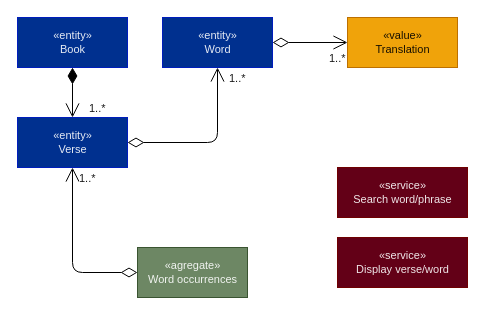
Earlier version of the draw.io diagram page "terms" (2 of 3) of docs/architecture/diagrams.drawio (vuesence/bibleistika). Source tidied: cells renumbered, new cells numbered last; positions are measured from the earlier drawing's top-left corner, leaving out a move shared by most shapes. Both pictures are drawn from the tidied source at 100%, with x=0, y=0 at pixel (17, 17).
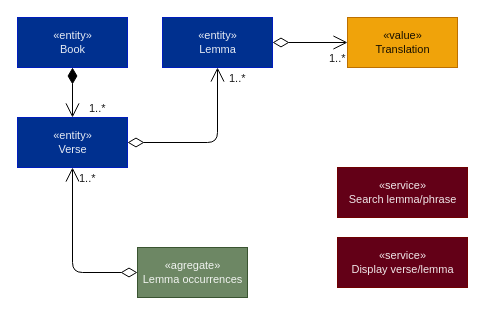
Above is the later version.

Change to the diagram source:
```diff
@@
 <mxGraphModel>
   <root>
     <mxCell id="0" />
     <mxCell id="1" parent="0" />
     <mxCell id="2" value="«entity»&lt;br style=&quot;font-size: 11px;&quot;&gt;&lt;span style=&quot;font-size: 11px;&quot;&gt;Verse&lt;/span&gt;" style="html=1;fillColor=#00308F;strokeColor=#001DBC;fontColor=#ffffff;fillStyle=auto;fontSize=11;fontStyle=0;textOpacity=90;" parent="1" vertex="1">
       <mxGeometry y="100" width="110" height="50" as="geometry" />
     </mxCell>
     <mxCell id="3" value="«entity»&lt;br style=&quot;font-size: 11px;&quot;&gt;&lt;span style=&quot;font-size: 11px;&quot;&gt;Book&lt;/span&gt;" style="html=1;fillColor=#00308F;strokeColor=#001DBC;fontColor=#ffffff;fillStyle=auto;fontSize=11;fontStyle=0;textOpacity=90;" parent="1" vertex="1">
       <mxGeometry width="110" height="50" as="geometry" />
     </mxCell>
-    <mxCell id="4" value="«entity»&lt;br style=&quot;font-size: 11px;&quot;&gt;&lt;span style=&quot;font-size: 11px;&quot;&gt;Word&lt;/span&gt;" style="html=1;fillColor=#00308F;strokeColor=#001DBC;fontColor=#ffffff;fillStyle=auto;fontSize=11;fontStyle=0;textOpacity=90;" parent="1" vertex="1">
+    <mxCell id="4" value="«entity»&lt;br style=&quot;font-size: 11px;&quot;&gt;&lt;span style=&quot;font-size: 11px;&quot;&gt;Lemma&lt;/span&gt;" style="html=1;fillColor=#00308F;strokeColor=#001DBC;fontColor=#ffffff;fillStyle=auto;fontSize=11;fontStyle=0;textOpacity=90;" parent="1" vertex="1">
       <mxGeometry x="145" width="110" height="50" as="geometry" />
     </mxCell>
-    <mxCell id="5" value="«agregate»&lt;br style=&quot;font-size: 11px;&quot;&gt;&lt;span style=&quot;font-size: 11px;&quot;&gt;Word occurrences&lt;/span&gt;" style="html=1;fillColor=#6d8764;strokeColor=#3A5431;fontColor=#ffffff;fontSize=11;fontStyle=0;textOpacity=90;" parent="1" vertex="1">
+    <mxCell id="5" value="«agregate»&lt;br style=&quot;font-size: 11px;&quot;&gt;&lt;span style=&quot;font-size: 11px;&quot;&gt;Lemma occurrences&lt;/span&gt;" style="html=1;fillColor=#6d8764;strokeColor=#3A5431;fontColor=#ffffff;fontSize=11;fontStyle=0;textOpacity=90;" parent="1" vertex="1">
       <mxGeometry x="120" y="230" width="110" height="50" as="geometry" />
     </mxCell>
     <mxCell id="6" value="«value»&lt;br style=&quot;font-size: 11px;&quot;&gt;&lt;span style=&quot;font-size: 11px;&quot;&gt;Translation&lt;/span&gt;" style="html=1;fillColor=#f0a30a;fontColor=#000000;strokeColor=#BD7000;fontSize=11;fontStyle=0;textOpacity=90;" parent="1" vertex="1">
       <mxGeometry x="330" width="110" height="50" as="geometry" />
     </mxCell>
     <mxCell id="7" value="1..*" style="endArrow=open;html=1;endSize=12;startArrow=diamondThin;startSize=14;startFill=1;edgeStyle=orthogonalEdgeStyle;align=left;verticalAlign=bottom;exitX=0.5;exitY=1;exitDx=0;exitDy=0;entryX=0.5;entryY=0;entryDx=0;entryDy=0;fontSize=11;fontStyle=0;textOpacity=90;" parent="1" edge="1" source="3" target="2">
       <mxGeometry x="1" y="15" relative="1" as="geometry" />
     </mxCell>
     <mxCell id="8" value="1..*" style="endArrow=open;html=1;endSize=12;startArrow=diamondThin;startSize=14;startFill=0;edgeStyle=orthogonalEdgeStyle;align=left;verticalAlign=bottom;exitX=1;exitY=0.5;exitDx=0;exitDy=0;entryX=0.5;entryY=1;entryDx=0;entryDy=0;fontSize=11;fontStyle=0;textOpacity=90;" parent="1" edge="1" source="2" target="4">
       <mxGeometry x="0.76" y="-10" relative="1" as="geometry" />
     </mxCell>
     <mxCell id="9" value="1..*" style="endArrow=open;html=1;endSize=12;startArrow=diamondThin;startSize=14;startFill=0;edgeStyle=orthogonalEdgeStyle;align=left;verticalAlign=bottom;exitX=1;exitY=0.5;exitDx=0;exitDy=0;entryX=0;entryY=0.5;entryDx=0;entryDy=0;fontSize=11;fontStyle=0;textOpacity=90;" parent="1" edge="1" source="4" target="6">
       <mxGeometry x="0.47" y="-25" relative="1" as="geometry" />
     </mxCell>
     <mxCell id="10" value="1..*" style="endArrow=open;html=1;endSize=12;startArrow=diamondThin;startSize=14;startFill=0;edgeStyle=orthogonalEdgeStyle;align=left;verticalAlign=bottom;entryX=0.5;entryY=1;entryDx=0;entryDy=0;exitX=0;exitY=0.5;exitDx=0;exitDy=0;strokeColor=default;fontSize=11;fontStyle=0;textOpacity=90;" parent="1" edge="1" source="5" target="2">
       <mxGeometry x="0.76" y="-5" relative="1" as="geometry" />
     </mxCell>
-    <mxCell id="11" value="«service»&lt;br style=&quot;font-size: 11px;&quot;&gt;&lt;span style=&quot;font-size: 11px;&quot;&gt;Search word/phrase&lt;/span&gt;" style="html=1;fillColor=#630017;fontColor=#ffffff;strokeColor=#6F0000;fontSize=11;fontStyle=0;textOpacity=90;" parent="1" vertex="1">
+    <mxCell id="11" value="«service»&lt;br style=&quot;font-size: 11px;&quot;&gt;&lt;span style=&quot;font-size: 11px;&quot;&gt;Search lemma/phrase&lt;/span&gt;" style="html=1;fillColor=#630017;fontColor=#ffffff;strokeColor=#6F0000;fontSize=11;fontStyle=0;textOpacity=90;" parent="1" vertex="1">
       <mxGeometry x="320" y="150" width="130" height="50" as="geometry" />
     </mxCell>
-    <mxCell id="12" value="«service»&lt;br style=&quot;font-size: 11px;&quot;&gt;&lt;span style=&quot;font-size: 11px;&quot;&gt;Display verse/word&lt;/span&gt;" style="html=1;fillColor=#630017;fontColor=#ffffff;strokeColor=#6F0000;fontSize=11;fontStyle=0;textOpacity=90;" parent="1" vertex="1">
+    <mxCell id="12" value="«service»&lt;br style=&quot;font-size: 11px;&quot;&gt;&lt;span style=&quot;font-size: 11px;&quot;&gt;Display verse/lemma&lt;/span&gt;" style="html=1;fillColor=#630017;fontColor=#ffffff;strokeColor=#6F0000;fontSize=11;fontStyle=0;textOpacity=90;" parent="1" vertex="1">
       <mxGeometry x="320" y="220" width="130" height="50" as="geometry" />
     </mxCell>
   </root>
 </mxGraphModel>
```
